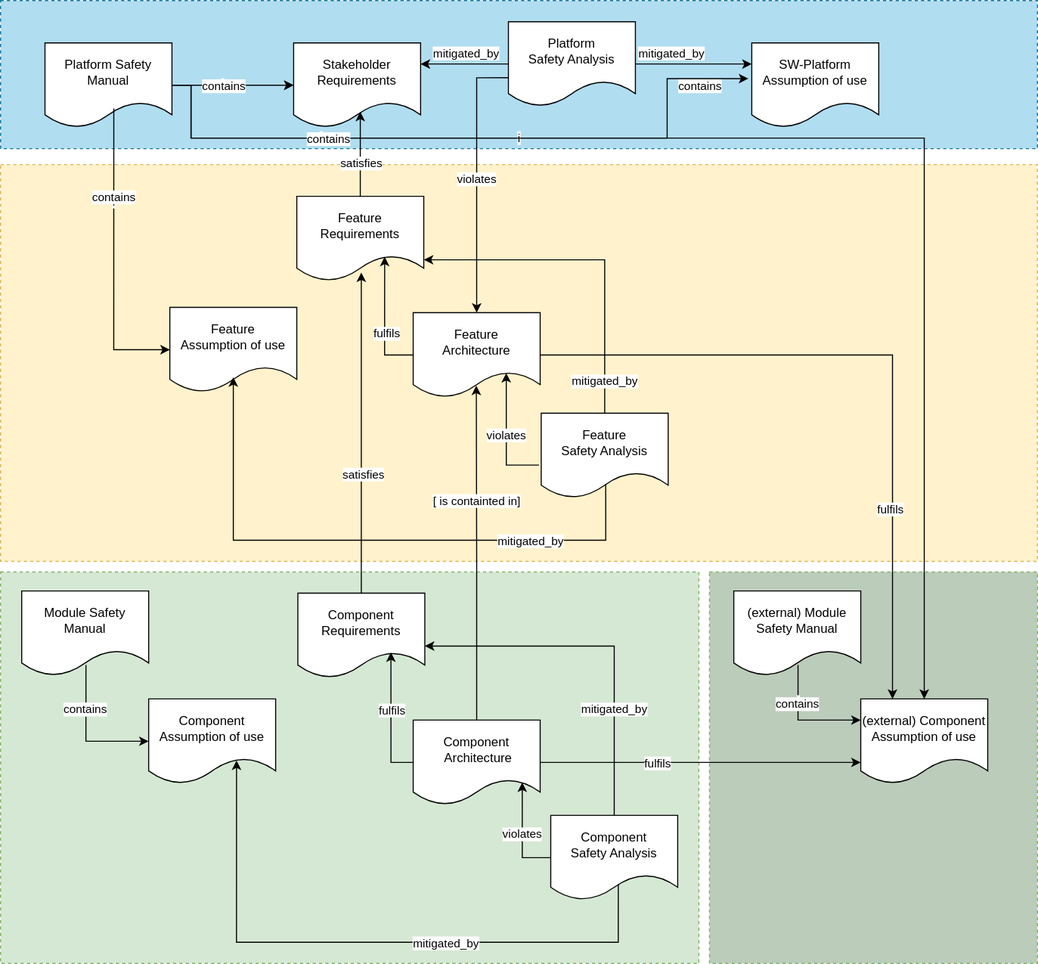
PiotrKorkus/reference_integration keeps this draw.io diagram as main/_images/aou_traceability.drawio.svg. Above is the earlier version. Source tidied: cells renumbered, new cells last; positions are measured from the earlier drawing's top-left corner, leaving out a move shared by most shapes.
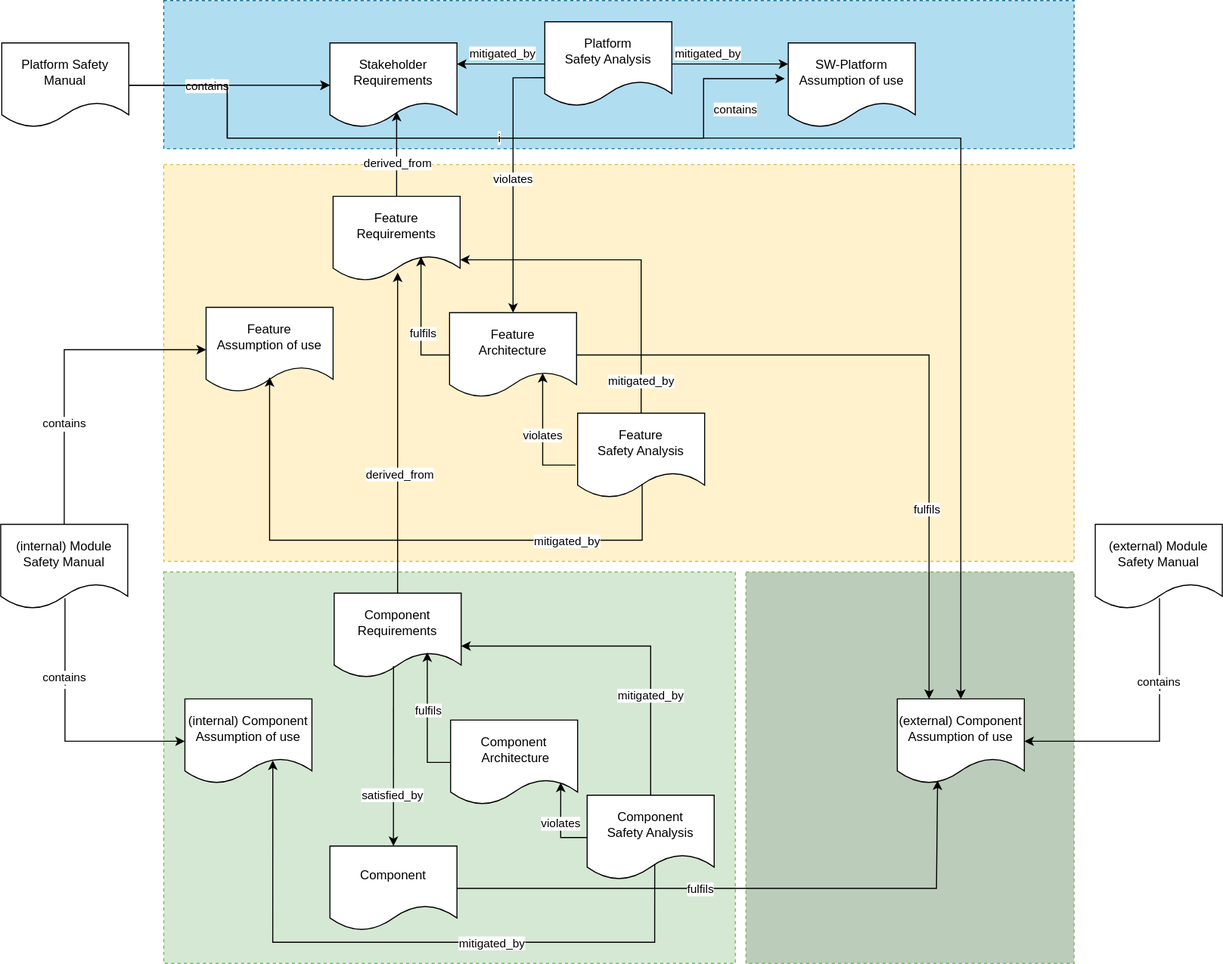
After the commit.

The edit, as a diff of the source:
```diff
@@ -3,18 +3,18 @@
     <mxCell id="0" />
     <mxCell id="1" parent="0" />
     <mxCell id="2" style="rounded=0;whiteSpace=wrap;html=1;dashed=1;fillColor=#b1ddf0;strokeColor=#10739e;" parent="1" vertex="1">
-      <mxGeometry width="980" height="140" as="geometry" />
+      <mxGeometry x="120" width="860" height="140" as="geometry" />
     </mxCell>
     <mxCell id="3" style="rounded=0;whiteSpace=wrap;html=1;dashed=1;fillColor=#fff2cc;strokeColor=#d6b656;" parent="1" vertex="1">
-      <mxGeometry y="155" width="980" height="375" as="geometry" />
+      <mxGeometry x="120" y="155" width="860" height="375" as="geometry" />
     </mxCell>
     <mxCell id="4" style="rounded=0;whiteSpace=wrap;html=1;dashed=1;fillColor=#d5e8d4;strokeColor=#82b366;" parent="1" vertex="1">
-      <mxGeometry y="540" width="660" height="370" as="geometry" />
+      <mxGeometry x="120" y="540" width="540" height="370" as="geometry" />
     </mxCell>
     <mxCell id="5" value="i" style="edgeStyle=orthogonalEdgeStyle;rounded=0;jettySize=auto;html=1;endArrow=none;endFill=0;startArrow=classic;startFill=1;exitX=0;exitY=0.5;exitDx=0;exitDy=0;entryX=0.506;entryY=0.874;entryDx=0;entryDy=0;entryPerimeter=0;" parent="1" edge="1" source="7" target="22">
       <mxGeometry x="0.36" relative="1" as="geometry">
         <Array as="points">
-          <mxPoint x="81" y="700" />
+          <mxPoint x="27" y="700" />
         </Array>
       </mxGeometry>
     </mxCell>
@@ -23,7 +23,7 @@
         <mxPoint x="-1" y="5" as="offset" />
       </mxGeometry>
     </mxCell>
-    <mxCell id="7" value="Component Assumption of use" style="shape=document;whiteSpace=wrap;html=1;boundedLbl=1;" parent="1" vertex="1">
+    <mxCell id="7" value="(internal) Component Assumption of use" style="shape=document;whiteSpace=wrap;html=1;boundedLbl=1;" parent="1" vertex="1">
       <mxGeometry x="140" y="660" width="120" height="80" as="geometry" />
     </mxCell>
     <mxCell id="8" value="Stakeholder&lt;br&gt;Requirements" style="shape=document;whiteSpace=wrap;html=1;boundedLbl=1;" parent="1" vertex="1">
@@ -32,7 +32,7 @@
     <mxCell id="9" style="edgeStyle=orthogonalEdgeStyle;rounded=0;jettySize=auto;html=1;entryX=0.525;entryY=0.813;entryDx=0;entryDy=0;entryPerimeter=0;" parent="1" edge="1" source="11" target="8">
       <mxGeometry relative="1" as="geometry" />
     </mxCell>
-    <mxCell id="10" value="satisfies" style="edgeLabel;html=1;align=center;verticalAlign=middle;" parent="9" vertex="1">
+    <mxCell id="10" value="derived_from" style="edgeLabel;html=1;align=center;verticalAlign=middle;" parent="9" vertex="1">
       <mxGeometry x="-0.19" relative="1" as="geometry" />
     </mxCell>
     <mxCell id="11" value="Feature Requirements" style="shape=document;whiteSpace=wrap;html=1;boundedLbl=1;" parent="1" vertex="1">
@@ -41,7 +41,7 @@
     <mxCell id="12" style="edgeStyle=orthogonalEdgeStyle;rounded=0;jettySize=auto;html=1;entryX=0.508;entryY=0.9;entryDx=0;entryDy=0;entryPerimeter=0;" parent="1" edge="1" source="15" target="11">
       <mxGeometry relative="1" as="geometry" />
     </mxCell>
-    <mxCell id="13" value="satisfies" style="edgeLabel;html=1;align=center;verticalAlign=middle;" parent="12" vertex="1">
+    <mxCell id="13" value="derived_from" style="edgeLabel;html=1;align=center;verticalAlign=middle;" parent="12" vertex="1">
       <mxGeometry x="-0.25" y="-2" relative="1" as="geometry" />
     </mxCell>
     <mxCell id="14" value="mitigated_by" style="edgeStyle=orthogonalEdgeStyle;rounded=0;jettySize=auto;html=1;entryX=0.5;entryY=0;entryDx=0;entryDy=0;exitX=1;exitY=0.625;exitDx=0;exitDy=0;exitPerimeter=0;startArrow=classic;startFill=1;endArrow=none;endFill=0;" parent="1" edge="1" source="15" target="24">
@@ -62,13 +62,8 @@
         <mxPoint x="1" y="-12" as="offset" />
       </mxGeometry>
     </mxCell>
-    <mxCell id="18" value="[ is containted in]" style="edgeStyle=orthogonalEdgeStyle;rounded=0;jettySize=auto;html=1;entryX=0.497;entryY=0.862;entryDx=0;entryDy=0;entryPerimeter=0;" parent="1" edge="1" source="19" target="27">
-      <mxGeometry x="0.29" relative="1" as="geometry">
-        <mxPoint y="-2" as="offset" />
-      </mxGeometry>
-    </mxCell>
     <mxCell id="19" value="Component&lt;br&gt;&amp;nbsp;Architecture" style="shape=document;whiteSpace=wrap;html=1;boundedLbl=1;" parent="1" vertex="1">
-      <mxGeometry x="390" y="680" width="120" height="80" as="geometry" />
+      <mxGeometry x="391" y="680" width="120" height="80" as="geometry" />
     </mxCell>
     <mxCell id="20" style="edgeStyle=orthogonalEdgeStyle;rounded=0;jettySize=auto;html=1;entryX=0.692;entryY=0.713;entryDx=0;entryDy=0;entryPerimeter=0;exitX=0;exitY=0.5;exitDx=0;exitDy=0;" parent="1" edge="1" source="27" target="11">
       <mxGeometry relative="1" as="geometry" />
@@ -76,14 +71,18 @@
     <mxCell id="21" value="fulfils" style="edgeLabel;html=1;align=center;verticalAlign=middle;" parent="20" vertex="1">
       <mxGeometry x="-0.21" y="-1" relative="1" as="geometry" />
     </mxCell>
-    <mxCell id="22" value="Module Safety Manual" style="shape=document;whiteSpace=wrap;html=1;boundedLbl=1;" parent="1" vertex="1">
-      <mxGeometry x="20" y="558" width="120" height="80" as="geometry" />
+    <mxCell id="22" value="(internal) Module Safety Manual" style="shape=document;whiteSpace=wrap;html=1;boundedLbl=1;" parent="1" vertex="1">
+      <mxGeometry x="-34" y="495" width="120" height="80" as="geometry" />
     </mxCell>
-    <mxCell id="23" value="violates" style="edgeStyle=orthogonalEdgeStyle;rounded=0;jettySize=auto;html=1;entryX=0.859;entryY=0.737;entryDx=0;entryDy=0;entryPerimeter=0;" parent="1" edge="1" source="24" target="19">
-      <mxGeometry relative="1" as="geometry" />
+    <mxCell id="23" value="violates" style="edgeStyle=orthogonalEdgeStyle;rounded=0;jettySize=auto;html=1;entryX=0.867;entryY=0.738;entryDx=0;entryDy=0;entryPerimeter=0;" parent="1" edge="1" source="24" target="19">
+      <mxGeometry relative="1" as="geometry">
+        <Array as="points">
+          <mxPoint x="495" y="791" />
+        </Array>
+      </mxGeometry>
     </mxCell>
     <mxCell id="24" value="Component&lt;br&gt;Safety Analysis" style="shape=document;whiteSpace=wrap;html=1;boundedLbl=1;" parent="1" vertex="1">
-      <mxGeometry x="520" y="770" width="120" height="80" as="geometry" />
+      <mxGeometry x="520" y="751" width="120" height="80" as="geometry" />
     </mxCell>
     <mxCell id="25" style="edgeStyle=orthogonalEdgeStyle;rounded=0;jettySize=auto;html=1;exitX=0.692;exitY=0.727;exitDx=0;exitDy=0;exitPerimeter=0;entryX=0.532;entryY=0.815;entryDx=0;entryDy=0;entryPerimeter=0;startArrow=classic;startFill=1;endArrow=none;endFill=0;" parent="1" edge="1" source="7" target="24">
       <mxGeometry relative="1" as="geometry">
@@ -127,18 +126,18 @@
       <mxGeometry relative="1" as="geometry" />
     </mxCell>
     <mxCell id="34" value="Platform Safety Manual" style="shape=document;whiteSpace=wrap;html=1;boundedLbl=1;" parent="1" vertex="1">
-      <mxGeometry x="42" y="40" width="120" height="80" as="geometry" />
+      <mxGeometry x="-33" y="40" width="120" height="80" as="geometry" />
     </mxCell>
-    <mxCell id="35" value="i" style="edgeStyle=orthogonalEdgeStyle;rounded=0;jettySize=auto;html=1;endArrow=none;endFill=0;startArrow=classic;startFill=1;exitX=0;exitY=0.5;exitDx=0;exitDy=0;entryX=0.542;entryY=0.775;entryDx=0;entryDy=0;entryPerimeter=0;" parent="1" edge="1" source="30" target="34">
+    <mxCell id="35" value="i" style="edgeStyle=orthogonalEdgeStyle;rounded=0;jettySize=auto;html=1;endArrow=none;endFill=0;startArrow=classic;startFill=1;exitX=0;exitY=0.5;exitDx=0;exitDy=0;entryX=0.5;entryY=0;entryDx=0;entryDy=0;" parent="1" edge="1" source="30" target="22">
       <mxGeometry x="0.37" relative="1" as="geometry">
         <Array as="points">
-          <mxPoint x="107" y="330" />
+          <mxPoint x="26" y="330" />
         </Array>
       </mxGeometry>
     </mxCell>
     <mxCell id="36" value="contains" style="edgeLabel;html=1;align=center;verticalAlign=middle;" parent="35" vertex="1">
       <mxGeometry x="0.44" relative="1" as="geometry">
-        <mxPoint x="-1" y="5" as="offset" />
+        <mxPoint x="-1" y="-13" as="offset" />
       </mxGeometry>
     </mxCell>
     <mxCell id="37" value="i" style="edgeStyle=orthogonalEdgeStyle;rounded=0;jettySize=auto;html=1;endArrow=none;endFill=0;startArrow=classic;startFill=1;exitX=0;exitY=0.5;exitDx=0;exitDy=0;entryX=1;entryY=0.5;entryDx=0;entryDy=0;" parent="1" edge="1" source="8" target="34">
@@ -146,7 +145,7 @@
     </mxCell>
     <mxCell id="38" value="contains" style="edgeLabel;html=1;align=center;verticalAlign=middle;" parent="37" vertex="1">
       <mxGeometry x="0.44" relative="1" as="geometry">
-        <mxPoint x="16" as="offset" />
+        <mxPoint x="20" as="offset" />
       </mxGeometry>
     </mxCell>
     <mxCell id="39" value="mitigated_by" style="edgeStyle=orthogonalEdgeStyle;rounded=0;jettySize=auto;html=1;entryX=0.5;entryY=0;entryDx=0;entryDy=0;exitX=1;exitY=0.75;exitDx=0;exitDy=0;startArrow=classic;startFill=1;endArrow=none;endFill=0;" parent="1" edge="1" source="11" target="29">
@@ -162,10 +161,10 @@
     <mxCell id="41" style="rounded=0;whiteSpace=wrap;html=1;dashed=1;fillColor=#bbccba;strokeColor=#82b366;" parent="1" vertex="1">
       <mxGeometry x="670" y="540" width="310" height="370" as="geometry" />
     </mxCell>
-    <mxCell id="42" value="i" style="edgeStyle=orthogonalEdgeStyle;rounded=0;jettySize=auto;html=1;endArrow=none;endFill=0;startArrow=classic;startFill=1;exitX=0;exitY=0.25;exitDx=0;exitDy=0;entryX=0.506;entryY=0.874;entryDx=0;entryDy=0;entryPerimeter=0;" parent="1" edge="1" source="44" target="45">
+    <mxCell id="42" value="i" style="edgeStyle=orthogonalEdgeStyle;rounded=0;jettySize=auto;html=1;endArrow=none;endFill=0;startArrow=classic;startFill=1;exitX=1;exitY=0.5;exitDx=0;exitDy=0;entryX=0.506;entryY=0.874;entryDx=0;entryDy=0;entryPerimeter=0;" parent="1" edge="1" source="44" target="45">
       <mxGeometry x="0.36" relative="1" as="geometry">
         <Array as="points">
-          <mxPoint x="754" y="680" />
+          <mxPoint x="1061" y="700" />
         </Array>
       </mxGeometry>
     </mxCell>
@@ -178,13 +177,12 @@
       <mxGeometry x="813" y="660" width="120" height="80" as="geometry" />
     </mxCell>
     <mxCell id="45" value="(external) Module Safety Manual" style="shape=document;whiteSpace=wrap;html=1;boundedLbl=1;" parent="1" vertex="1">
-      <mxGeometry x="693" y="558" width="120" height="80" as="geometry" />
+      <mxGeometry x="1000" y="495" width="120" height="80" as="geometry" />
     </mxCell>
-    <mxCell id="46" style="edgeStyle=orthogonalEdgeStyle;rounded=0;jettySize=auto;html=1;entryX=0;entryY=0.75;entryDx=0;entryDy=0;exitX=1;exitY=0.5;exitDx=0;exitDy=0;" parent="1" edge="1" source="19" target="44">
+    <mxCell id="46" style="edgeStyle=orthogonalEdgeStyle;rounded=0;jettySize=auto;html=1;entryX=0.317;entryY=0.963;entryDx=0;entryDy=0;exitX=1;exitY=0.5;exitDx=0;exitDy=0;entryPerimeter=0;" parent="1" edge="1" source="59" target="44">
       <mxGeometry relative="1" as="geometry">
         <Array as="points">
-          <mxPoint x="770" y="720" />
-          <mxPoint x="770" y="720" />
+          <mxPoint x="850" y="839" />
         </Array>
       </mxGeometry>
     </mxCell>
@@ -210,16 +208,11 @@
         </Array>
       </mxGeometry>
     </mxCell>
-    <mxCell id="51" value="contains" style="edgeLabel;html=1;align=center;verticalAlign=middle;" parent="50" vertex="1">
-      <mxGeometry x="0.44" relative="1" as="geometry">
-        <mxPoint x="188" y="-50" as="offset" />
-      </mxGeometry>
-    </mxCell>
     <mxCell id="52" value="SW-Platform&lt;br&gt;Assumption of use" style="shape=document;whiteSpace=wrap;html=1;boundedLbl=1;" parent="1" vertex="1">
       <mxGeometry x="710" y="40" width="120" height="80" as="geometry" />
     </mxCell>
-    <mxCell id="53" value="i" style="edgeStyle=orthogonalEdgeStyle;rounded=0;jettySize=auto;html=1;endArrow=none;endFill=0;startArrow=classic;startFill=1;exitX=-0.027;exitY=0.422;exitDx=0;exitDy=0;entryX=1;entryY=0.5;entryDx=0;entryDy=0;exitPerimeter=0;" parent="1" edge="1" source="52" target="34">
-      <mxGeometry x="0.41" relative="1" as="geometry">
+    <mxCell id="53" value="contains" style="edgeStyle=orthogonalEdgeStyle;rounded=0;jettySize=auto;html=1;endArrow=none;endFill=0;startArrow=classic;startFill=1;exitX=-0.027;exitY=0.422;exitDx=0;exitDy=0;entryX=1;entryY=0.5;entryDx=0;entryDy=0;exitPerimeter=0;" parent="1" edge="1" source="52" target="34">
+      <mxGeometry x="-0.71" y="30" relative="1" as="geometry">
         <Array as="points">
           <mxPoint x="630" y="74" />
           <mxPoint x="630" y="130" />
@@ -228,11 +221,6 @@
         </Array>
       </mxGeometry>
     </mxCell>
-    <mxCell id="54" value="contains" style="edgeLabel;html=1;align=center;verticalAlign=middle;" parent="53" vertex="1">
-      <mxGeometry x="0.44" relative="1" as="geometry">
-        <mxPoint x="16" as="offset" />
-      </mxGeometry>
-    </mxCell>
     <mxCell id="55" value="Platform&lt;br&gt;Safety Analysis" style="shape=document;whiteSpace=wrap;html=1;boundedLbl=1;" parent="1" vertex="1">
       <mxGeometry x="480" y="20" width="120" height="80" as="geometry" />
     </mxCell>
@@ -255,5 +243,16 @@
     <mxCell id="58" value="violates" style="edgeStyle=orthogonalEdgeStyle;rounded=0;jettySize=auto;html=1;entryX=0.5;entryY=0;entryDx=0;entryDy=0;exitX=0.003;exitY=0.662;exitDx=0;exitDy=0;exitPerimeter=0;" parent="1" edge="1" source="55" target="27">
       <mxGeometry relative="1" as="geometry" />
     </mxCell>
+    <mxCell id="59" value="Component" style="shape=document;whiteSpace=wrap;html=1;boundedLbl=1;" parent="1" vertex="1">
+      <mxGeometry x="277" y="799" width="120" height="80" as="geometry" />
+    </mxCell>
+    <mxCell id="60" style="edgeStyle=orthogonalEdgeStyle;rounded=0;jettySize=auto;html=1;entryX=0.5;entryY=0;entryDx=0;entryDy=0;exitX=0.467;exitY=0.863;exitDx=0;exitDy=0;exitPerimeter=0;" parent="1" edge="1" source="15" target="59">
+      <mxGeometry relative="1" as="geometry" />
+    </mxCell>
+    <mxCell id="61" value="satisfied_by" style="edgeLabel;html=1;align=center;verticalAlign=middle;" parent="60" vertex="1">
+      <mxGeometry x="-0.25" y="-2" relative="1" as="geometry">
+        <mxPoint y="58" as="offset" />
+      </mxGeometry>
+    </mxCell>
   </root>
 </mxGraphModel>
```
